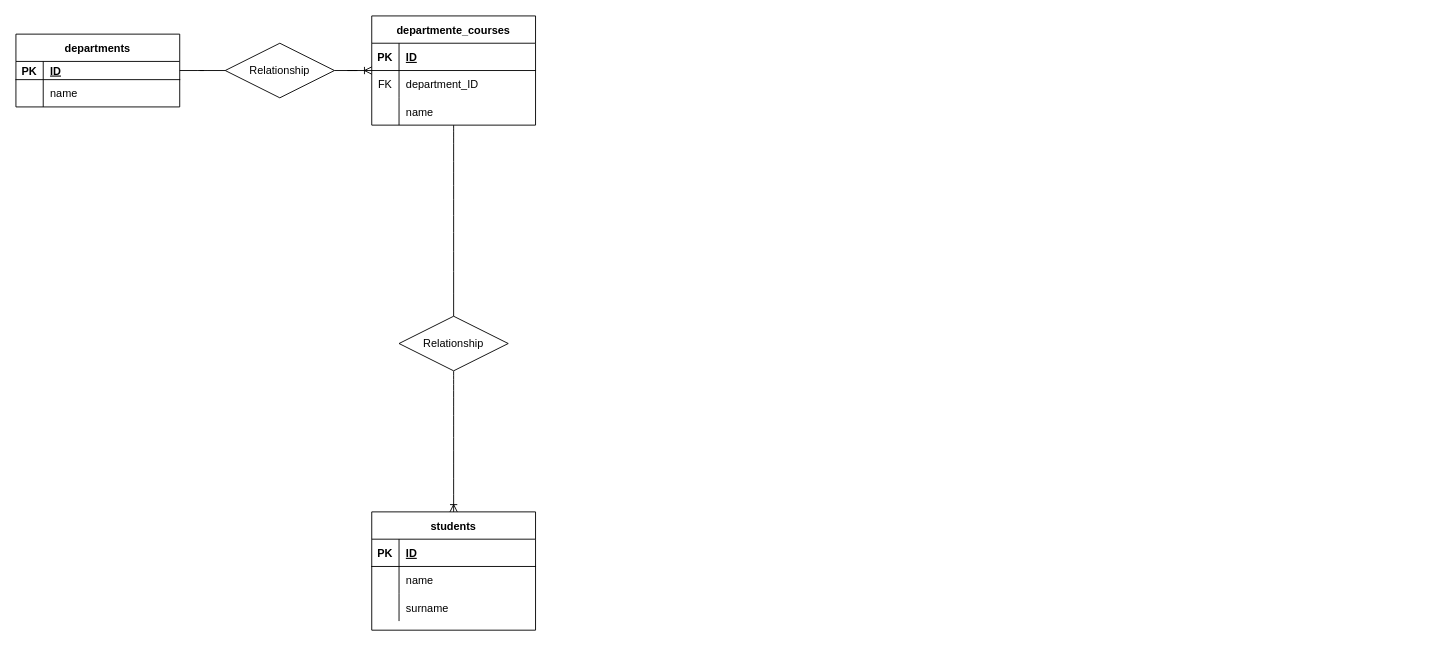
iamfrego/db-university keeps this draw.io diagram as uni.drawio. Above is the earlier version. Source tidied: cells renumbered, new cells numbered last; positions are measured from the earlier drawing's top-left corner, leaving out a move shared by most shapes. Both pictures are drawn from the tidied source at 91%, with x=0, y=0 at pixel (15, 15).
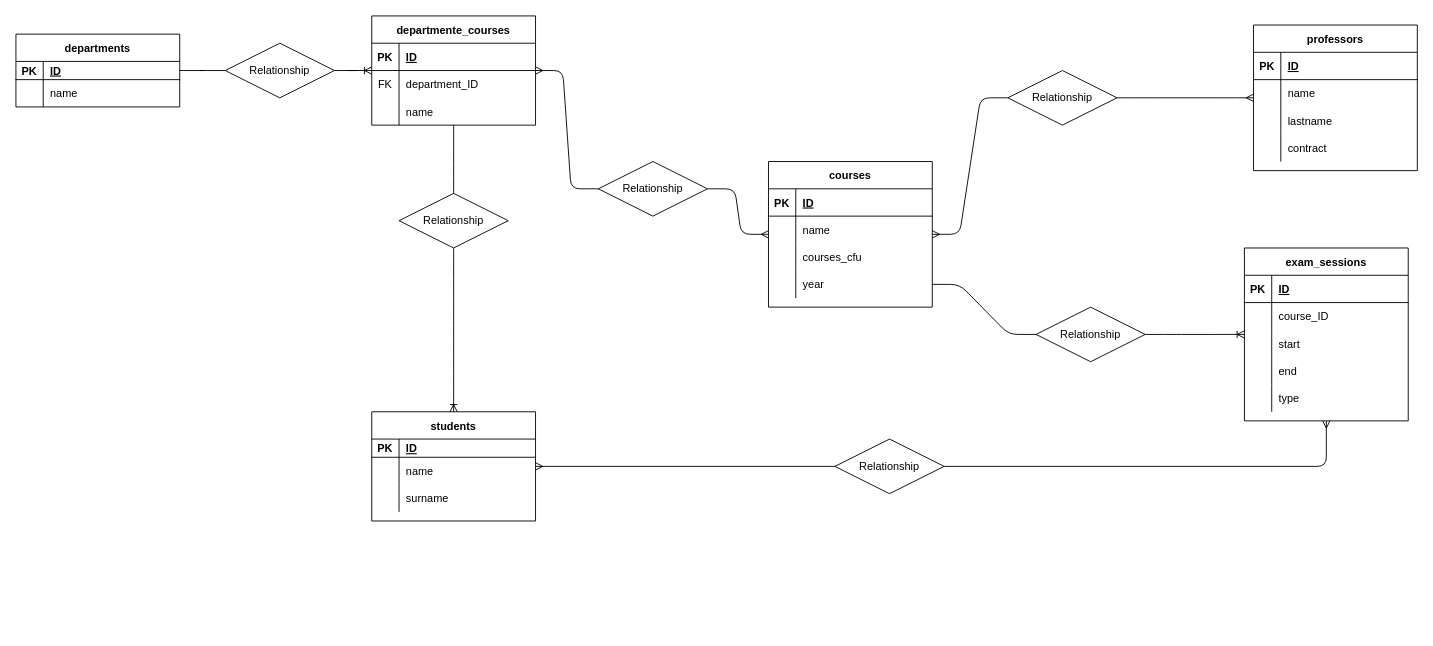
The same page after the edit.

Commit message:
exercise complete

The change refers to these unchanged cells:
```xml
<mxCell id="9" value="departmente_courses" style="shape=table;startSize=30;childLayout=tableLayout;rowLines=0;fontStyle=1;align=center;" parent="1" vertex="1">
  <mxGeometry x="391" width="180" height="120" as="geometry" />
</mxCell>
```

What changed in the source:
```diff
@@
+    <mxCell id="35" value="courses" style="shape=table;startSize=30;childLayout=tableLayout;rowLines=0;fontStyle=1;align=center;" parent="1" vertex="1">
+      <mxGeometry x="827" y="160" width="180" height="160" as="geometry" />
+    </mxCell>
+    <mxCell id="36" style="shape=partialRectangle;fillColor=none;top=0;left=0;bottom=1;right=0;" parent="35" vertex="1">
+      <mxGeometry y="30" width="180" height="30" as="geometry" />
+    </mxCell>
+    <mxCell id="37" value="PK" style="shape=partialRectangle;fillColor=none;top=0;left=0;bottom=0;right=0;fontStyle=1;overflow=hidden;" parent="36" vertex="1">
+      <mxGeometry width="30" height="30" as="geometry" />
+    </mxCell>
+    <mxCell id="38" value="ID" style="shape=partialRectangle;fillColor=none;top=0;left=0;bottom=0;right=0;align=left;spacingLeft=6;fontStyle=5;overflow=hidden;" parent="36" vertex="1">
+      <mxGeometry x="30" width="150" height="30" as="geometry" />
+    </mxCell>
+    <mxCell id="39" style="shape=partialRectangle;fillColor=none;top=0;left=0;bottom=0;right=0;" parent="35" vertex="1">
+      <mxGeometry y="60" width="180" height="30" as="geometry" />
+    </mxCell>
+    <mxCell id="40" style="shape=partialRectangle;fillColor=none;top=0;left=0;bottom=0;right=0;overflow=hidden;" parent="39" vertex="1">
+      <mxGeometry width="30" height="30" as="geometry" />
+    </mxCell>
+    <mxCell id="41" value="name" style="shape=partialRectangle;fillColor=none;top=0;left=0;bottom=0;right=0;align=left;spacingLeft=6;overflow=hidden;" parent="39" vertex="1">
+      <mxGeometry x="30" width="150" height="30" as="geometry" />
+    </mxCell>
+    <mxCell id="42" style="shape=partialRectangle;fillColor=none;top=0;left=0;bottom=0;right=0;" parent="35" vertex="1">
+      <mxGeometry y="90" width="180" height="30" as="geometry" />
+    </mxCell>
+    <mxCell id="43" style="shape=partialRectangle;fillColor=none;top=0;left=0;bottom=0;right=0;overflow=hidden;" parent="42" vertex="1">
+      <mxGeometry width="30" height="30" as="geometry" />
+    </mxCell>
+    <mxCell id="44" value="courses_cfu" style="shape=partialRectangle;fillColor=none;top=0;left=0;bottom=0;right=0;align=left;spacingLeft=6;overflow=hidden;" parent="42" vertex="1">
+      <mxGeometry x="30" width="150" height="30" as="geometry" />
+    </mxCell>
+    <mxCell id="45" style="shape=partialRectangle;fillColor=none;top=0;left=0;bottom=0;right=0;points=[[0,0.5],[1,0.5]];portConstraint=eastwest;" parent="35" vertex="1">
+      <mxGeometry y="120" width="180" height="30" as="geometry" />
+    </mxCell>
+    <mxCell id="46" style="shape=partialRectangle;fillColor=none;top=0;left=0;bottom=0;right=0;overflow=hidden;" parent="45" vertex="1">
+      <mxGeometry width="30" height="30" as="geometry" />
+    </mxCell>
+    <mxCell id="47" value="year" style="shape=partialRectangle;fillColor=none;top=0;left=0;bottom=0;right=0;align=left;spacingLeft=6;overflow=hidden;" parent="45" vertex="1">
+      <mxGeometry x="30" width="150" height="30" as="geometry" />
+    </mxCell>
+    <mxCell id="48" style="edgeStyle=entityRelationEdgeStyle;fontSize=12;html=1;endArrow=ERmany;startArrow=none;" parent="1" edge="1" source="49" target="35">
+      <mxGeometry relative="1" as="geometry" />
+    </mxCell>
+    <mxCell id="49" value="Relationship" style="shape=rhombus;perimeter=rhombusPerimeter;whiteSpace=wrap;html=1;align=center;" parent="1" vertex="1">
+      <mxGeometry x="640" y="160" width="120" height="60" as="geometry" />
+    </mxCell>
+    <mxCell id="50" style="edgeStyle=entityRelationEdgeStyle;fontSize=12;html=1;endArrow=none;startArrow=ERmany;" parent="1" edge="1" source="9" target="49">
+      <mxGeometry relative="1" as="geometry" />
+    </mxCell>
+    <mxCell id="51" value="professors" style="shape=table;startSize=30;childLayout=tableLayout;rowLines=0;fontStyle=1;align=center;" parent="1" vertex="1">
+      <mxGeometry x="1360" y="10" width="180" height="160" as="geometry" />
+    </mxCell>
+    <mxCell id="52" style="shape=partialRectangle;fillColor=none;top=0;left=0;bottom=1;right=0;" parent="51" vertex="1">
+      <mxGeometry y="30" width="180" height="30" as="geometry" />
+    </mxCell>
+    <mxCell id="53" value="PK" style="shape=partialRectangle;fillColor=none;top=0;left=0;bottom=0;right=0;fontStyle=1;overflow=hidden;" parent="52" vertex="1">
+      <mxGeometry width="30" height="30" as="geometry" />
+    </mxCell>
+    <mxCell id="54" value="ID" style="shape=partialRectangle;fillColor=none;top=0;left=0;bottom=0;right=0;align=left;spacingLeft=6;fontStyle=5;overflow=hidden;" parent="52" vertex="1">
+      <mxGeometry x="30" width="150" height="30" as="geometry" />
+    </mxCell>
+    <mxCell id="55" style="shape=partialRectangle;fillColor=none;top=0;left=0;bottom=0;right=0;" parent="51" vertex="1">
+      <mxGeometry y="60" width="180" height="30" as="geometry" />
+    </mxCell>
+    <mxCell id="56" style="shape=partialRectangle;fillColor=none;top=0;left=0;bottom=0;right=0;overflow=hidden;" parent="55" vertex="1">
+      <mxGeometry width="30" height="30" as="geometry" />
+    </mxCell>
+    <mxCell id="57" value="name" style="shape=partialRectangle;fillColor=none;top=0;left=0;bottom=0;right=0;align=left;spacingLeft=6;overflow=hidden;" parent="55" vertex="1">
+      <mxGeometry x="30" width="150" height="30" as="geometry" />
+    </mxCell>
+    <mxCell id="58" style="shape=partialRectangle;fillColor=none;top=0;left=0;bottom=0;right=0;" parent="51" vertex="1">
+      <mxGeometry y="90" width="180" height="30" as="geometry" />
+    </mxCell>
+    <mxCell id="59" style="shape=partialRectangle;fillColor=none;top=0;left=0;bottom=0;right=0;overflow=hidden;" parent="58" vertex="1">
+      <mxGeometry width="30" height="30" as="geometry" />
+    </mxCell>
+    <mxCell id="60" value="lastname" style="shape=partialRectangle;fillColor=none;top=0;left=0;bottom=0;right=0;align=left;spacingLeft=6;overflow=hidden;" parent="58" vertex="1">
+      <mxGeometry x="30" width="150" height="30" as="geometry" />
+    </mxCell>
+    <mxCell id="61" style="shape=partialRectangle;fillColor=none;top=0;left=0;bottom=0;right=0;" parent="51" vertex="1">
+      <mxGeometry y="120" width="180" height="30" as="geometry" />
+    </mxCell>
+    <mxCell id="62" style="shape=partialRectangle;fillColor=none;top=0;left=0;bottom=0;right=0;overflow=hidden;" parent="61" vertex="1">
+      <mxGeometry width="30" height="30" as="geometry" />
+    </mxCell>
+    <mxCell id="63" value="contract" style="shape=partialRectangle;fillColor=none;top=0;left=0;bottom=0;right=0;align=left;spacingLeft=6;overflow=hidden;" parent="61" vertex="1">
+      <mxGeometry x="30" width="150" height="30" as="geometry" />
+    </mxCell>
+    <mxCell id="64" style="edgeStyle=entityRelationEdgeStyle;fontSize=12;html=1;endArrow=ERmany;startArrow=none;" parent="1" edge="1" source="65" target="51">
+      <mxGeometry relative="1" as="geometry" />
+    </mxCell>
+    <mxCell id="65" value="Relationship" style="shape=rhombus;perimeter=rhombusPerimeter;whiteSpace=wrap;html=1;align=center;" parent="1" vertex="1">
+      <mxGeometry x="1090" y="60" width="120" height="60" as="geometry" />
+    </mxCell>
+    <mxCell id="66" style="edgeStyle=entityRelationEdgeStyle;fontSize=12;html=1;endArrow=none;startArrow=ERmany;" parent="1" edge="1" source="35" target="65">
+      <mxGeometry relative="1" as="geometry" />
+    </mxCell>
+    <mxCell id="67" value="exam_sessions" style="shape=table;startSize=30;childLayout=tableLayout;rowLines=0;fontStyle=1;align=center;" parent="1" vertex="1">
+      <mxGeometry x="1350" y="255" width="180" height="190" as="geometry" />
+    </mxCell>
+    <mxCell id="68" style="shape=partialRectangle;fillColor=none;top=0;left=0;bottom=1;right=0;" parent="67" vertex="1">
+      <mxGeometry y="30" width="180" height="30" as="geometry" />
+    </mxCell>
+    <mxCell id="69" value="PK" style="shape=partialRectangle;fillColor=none;top=0;left=0;bottom=0;right=0;fontStyle=1;overflow=hidden;" parent="68" vertex="1">
+      <mxGeometry width="30" height="30" as="geometry" />
+    </mxCell>
+    <mxCell id="70" value="ID" style="shape=partialRectangle;fillColor=none;top=0;left=0;bottom=0;right=0;align=left;spacingLeft=6;fontStyle=5;overflow=hidden;" parent="68" vertex="1">
+      <mxGeometry x="30" width="150" height="30" as="geometry" />
+    </mxCell>
+    <mxCell id="71" style="shape=partialRectangle;fillColor=none;top=0;left=0;bottom=0;right=0;" parent="67" vertex="1">
+      <mxGeometry y="60" width="180" height="30" as="geometry" />
+    </mxCell>
+    <mxCell id="72" style="shape=partialRectangle;fillColor=none;top=0;left=0;bottom=0;right=0;overflow=hidden;" parent="71" vertex="1">
+      <mxGeometry width="30" height="30" as="geometry" />
+    </mxCell>
+    <mxCell id="73" value="course_ID" style="shape=partialRectangle;fillColor=none;top=0;left=0;bottom=0;right=0;align=left;spacingLeft=6;overflow=hidden;" parent="71" vertex="1">
+      <mxGeometry x="30" width="150" height="30" as="geometry" />
+    </mxCell>
+    <mxCell id="74" style="shape=partialRectangle;fillColor=none;top=0;left=0;bottom=0;right=0;" parent="67" vertex="1">
+      <mxGeometry y="90" width="180" height="30" as="geometry" />
+    </mxCell>
+    <mxCell id="75" style="shape=partialRectangle;fillColor=none;top=0;left=0;bottom=0;right=0;overflow=hidden;" parent="74" vertex="1">
+      <mxGeometry width="30" height="30" as="geometry" />
+    </mxCell>
+    <mxCell id="76" value="start" style="shape=partialRectangle;fillColor=none;top=0;left=0;bottom=0;right=0;align=left;spacingLeft=6;overflow=hidden;" parent="74" vertex="1">
+      <mxGeometry x="30" width="150" height="30" as="geometry" />
+    </mxCell>
+    <mxCell id="77" style="shape=partialRectangle;fillColor=none;top=0;left=0;bottom=0;right=0;" parent="67" vertex="1">
+      <mxGeometry y="120" width="180" height="30" as="geometry" />
+    </mxCell>
+    <mxCell id="78" style="shape=partialRectangle;fillColor=none;top=0;left=0;bottom=0;right=0;overflow=hidden;" parent="77" vertex="1">
+      <mxGeometry width="30" height="30" as="geometry" />
+    </mxCell>
+    <mxCell id="79" value="end" style="shape=partialRectangle;fillColor=none;top=0;left=0;bottom=0;right=0;align=left;spacingLeft=6;overflow=hidden;" parent="77" vertex="1">
+      <mxGeometry x="30" width="150" height="30" as="geometry" />
+    </mxCell>
+    <mxCell id="80" style="shape=partialRectangle;fillColor=none;top=0;left=0;bottom=0;right=0;" parent="67" vertex="1">
+      <mxGeometry y="150" width="180" height="30" as="geometry" />
+    </mxCell>
+    <mxCell id="81" style="shape=partialRectangle;fillColor=none;top=0;left=0;bottom=0;right=0;overflow=hidden;" parent="80" vertex="1">
+      <mxGeometry width="30" height="30" as="geometry" />
+    </mxCell>
+    <mxCell id="82" value="type" style="shape=partialRectangle;fillColor=none;top=0;left=0;bottom=0;right=0;align=left;spacingLeft=6;overflow=hidden;" parent="80" vertex="1">
+      <mxGeometry x="30" width="150" height="30" as="geometry" />
+    </mxCell>
+    <mxCell id="83" style="edgeStyle=entityRelationEdgeStyle;fontSize=12;html=1;endArrow=ERoneToMany;startArrow=none;" parent="1" edge="1" source="84" target="67">
+      <mxGeometry relative="1" as="geometry" />
+    </mxCell>
+    <mxCell id="84" value="Relationship" style="shape=rhombus;perimeter=rhombusPerimeter;whiteSpace=wrap;html=1;align=center;" parent="1" vertex="1">
+      <mxGeometry x="1121" y="320" width="120" height="60" as="geometry" />
+    </mxCell>
+    <mxCell id="85" style="edgeStyle=entityRelationEdgeStyle;fontSize=12;html=1;endArrow=none;exitX=1;exitY=0.5;exitDx=0;exitDy=0;" parent="1" edge="1" source="45" target="84">
+      <mxGeometry relative="1" as="geometry" />
+    </mxCell>
     <mxCell id="22" value="students" style="shape=table;startSize=30;childLayout=tableLayout;rowLines=0;fontStyle=1;align=center;" parent="1" vertex="1">
-      <mxGeometry x="391" y="545" width="180" height="130" as="geometry" />
+      <mxGeometry x="391" y="435" width="180" height="120" as="geometry" />
     </mxCell>
     <mxCell id="23" style="shape=partialRectangle;fillColor=none;top=0;left=0;bottom=1;right=0;" parent="22" vertex="1">
-      <mxGeometry y="30" width="180" height="30" as="geometry" />
+      <mxGeometry y="30" width="180" height="20" as="geometry" />
     </mxCell>
     <mxCell id="24" value="PK" style="shape=partialRectangle;fillColor=none;top=0;left=0;bottom=0;right=0;fontStyle=1;overflow=hidden;" parent="23" vertex="1">
-      <mxGeometry width="30" height="30" as="geometry" />
+      <mxGeometry width="30" height="20" as="geometry" />
     </mxCell>
     <mxCell id="25" value="ID" style="shape=partialRectangle;fillColor=none;top=0;left=0;bottom=0;right=0;align=left;spacingLeft=6;fontStyle=5;overflow=hidden;" parent="23" vertex="1">
-      <mxGeometry x="30" width="150" height="30" as="geometry" />
+      <mxGeometry x="30" width="150" height="20" as="geometry" />
     </mxCell>
     <mxCell id="26" style="shape=partialRectangle;fillColor=none;top=0;left=0;bottom=0;right=0;" parent="22" vertex="1">
-      <mxGeometry y="60" width="180" height="30" as="geometry" />
+      <mxGeometry y="50" width="180" height="30" as="geometry" />
     </mxCell>
@@
     <mxCell id="29" style="shape=partialRectangle;fillColor=none;top=0;left=0;bottom=0;right=0;" parent="22" vertex="1">
-      <mxGeometry y="90" width="180" height="30" as="geometry" />
+      <mxGeometry y="80" width="180" height="30" as="geometry" />
     </mxCell>
@@
     <mxCell id="33" value="Relationship" style="shape=rhombus;perimeter=rhombusPerimeter;whiteSpace=wrap;html=1;align=center;" parent="1" vertex="1">
-      <mxGeometry x="421" y="330" width="120" height="60" as="geometry" />
+      <mxGeometry x="421" y="195" width="120" height="60" as="geometry" />
     </mxCell>
@@
+    <mxCell id="86" style="edgeStyle=orthogonalEdgeStyle;fontSize=12;html=1;endArrow=ERmany;startArrow=none;" parent="1" edge="1" source="87" target="67">
+      <mxGeometry relative="1" as="geometry" />
+    </mxCell>
+    <mxCell id="87" value="Relationship" style="shape=rhombus;perimeter=rhombusPerimeter;whiteSpace=wrap;html=1;align=center;" parent="1" vertex="1">
+      <mxGeometry x="900" y="465" width="120" height="60" as="geometry" />
+    </mxCell>
+    <mxCell id="88" style="edgeStyle=orthogonalEdgeStyle;fontSize=12;html=1;endArrow=none;startArrow=ERmany;" parent="1" edge="1" source="22" target="87">
+      <mxGeometry relative="1" as="geometry" />
+    </mxCell>
```
